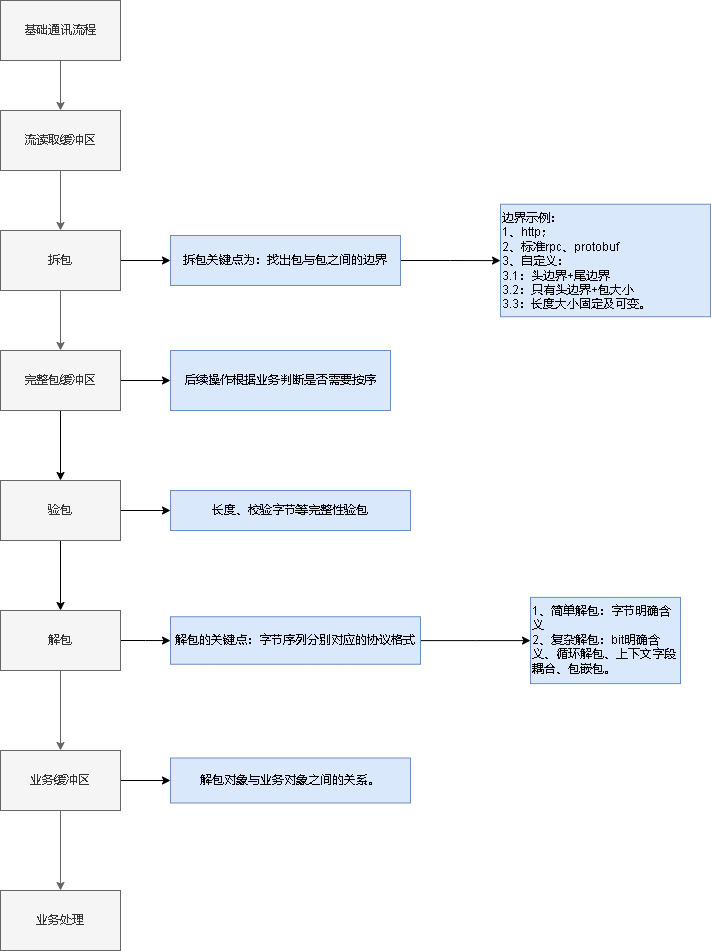
The draw.io diagram cgo8_通讯设计.drawio.png in xktder/draw, before a commit. Source tidied: cells renumbered, new cells last; positions are measured from the earlier drawing's top-left corner, leaving out a move shared by most shapes. Its diagram source:
```xml
<mxGraphModel>
  <root>
    <mxCell id="0" />
    <mxCell id="1" parent="0" />
    <mxCell id="2" style="edgeStyle=orthogonalEdgeStyle;rounded=0;jettySize=auto;html=1;fillColor=#f5f5f5;strokeColor=#666666;" parent="1" edge="1" source="3" target="5">
      <mxGeometry relative="1" as="geometry" />
    </mxCell>
    <mxCell id="3" value="基础通讯流程" style="rounded=0;whiteSpace=wrap;html=1;fillColor=#f5f5f5;fontColor=#333333;strokeColor=#666666;" parent="1" vertex="1">
      <mxGeometry width="120" height="60" as="geometry" />
    </mxCell>
    <mxCell id="4" style="edgeStyle=orthogonalEdgeStyle;rounded=0;jettySize=auto;html=1;fillColor=#f5f5f5;strokeColor=#666666;" parent="1" edge="1" source="5" target="8">
      <mxGeometry relative="1" as="geometry" />
    </mxCell>
    <mxCell id="5" value="流读取缓冲区" style="whiteSpace=wrap;html=1;rounded=0;fillColor=#f5f5f5;fontColor=#333333;strokeColor=#666666;" parent="1" vertex="1">
      <mxGeometry y="110" width="120" height="60" as="geometry" />
    </mxCell>
    <mxCell id="6" style="edgeStyle=orthogonalEdgeStyle;rounded=0;jettySize=auto;html=1;fillColor=#f5f5f5;strokeColor=#666666;" parent="1" edge="1" source="8" target="11">
      <mxGeometry relative="1" as="geometry" />
    </mxCell>
    <mxCell id="7" style="edgeStyle=orthogonalEdgeStyle;rounded=0;jettySize=auto;html=1;" parent="1" edge="1" source="8" target="16">
      <mxGeometry relative="1" as="geometry" />
    </mxCell>
    <mxCell id="8" value="拆包" style="whiteSpace=wrap;html=1;rounded=0;fillColor=#f5f5f5;fontColor=#333333;strokeColor=#666666;" parent="1" vertex="1">
      <mxGeometry y="230" width="120" height="60" as="geometry" />
    </mxCell>
    <mxCell id="9" style="edgeStyle=orthogonalEdgeStyle;rounded=0;jettySize=auto;html=1;" parent="1" edge="1" source="11" target="26">
      <mxGeometry relative="1" as="geometry" />
    </mxCell>
    <mxCell id="10" style="edgeStyle=orthogonalEdgeStyle;rounded=0;jettySize=auto;html=1;" parent="1" edge="1" source="11" target="30">
      <mxGeometry relative="1" as="geometry" />
    </mxCell>
    <mxCell id="11" value="完整包缓冲区" style="whiteSpace=wrap;html=1;rounded=0;fillColor=#f5f5f5;fontColor=#333333;strokeColor=#666666;" parent="1" vertex="1">
      <mxGeometry y="350" width="120" height="60" as="geometry" />
    </mxCell>
    <mxCell id="12" style="edgeStyle=orthogonalEdgeStyle;rounded=0;jettySize=auto;html=1;fillColor=#f5f5f5;strokeColor=#666666;" parent="1" edge="1" source="14" target="19">
      <mxGeometry relative="1" as="geometry" />
    </mxCell>
    <mxCell id="13" style="edgeStyle=orthogonalEdgeStyle;rounded=0;jettySize=auto;html=1;" parent="1" edge="1" source="14" target="22">
      <mxGeometry relative="1" as="geometry" />
    </mxCell>
    <mxCell id="14" value="解包" style="whiteSpace=wrap;html=1;rounded=0;fillColor=#f5f5f5;fontColor=#333333;strokeColor=#666666;" parent="1" vertex="1">
      <mxGeometry y="610" width="120" height="60" as="geometry" />
    </mxCell>
    <mxCell id="15" style="edgeStyle=orthogonalEdgeStyle;rounded=0;jettySize=auto;html=1;" parent="1" edge="1" source="16" target="23">
      <mxGeometry relative="1" as="geometry" />
    </mxCell>
    <mxCell id="16" value="拆包关键点为：找出包与包之间的边界&lt;br&gt;" style="whiteSpace=wrap;html=1;rounded=0;fillColor=#dae8fc;strokeColor=#6c8ebf;" parent="1" vertex="1">
      <mxGeometry x="170" y="235" width="230" height="50" as="geometry" />
    </mxCell>
    <mxCell id="17" style="edgeStyle=orthogonalEdgeStyle;rounded=0;jettySize=auto;html=1;fillColor=#f5f5f5;strokeColor=#666666;" parent="1" edge="1" source="19" target="20">
      <mxGeometry relative="1" as="geometry" />
    </mxCell>
    <mxCell id="18" style="edgeStyle=orthogonalEdgeStyle;rounded=0;jettySize=auto;html=1;exitX=1;exitY=0.5;exitDx=0;exitDy=0;entryX=0;entryY=0.5;entryDx=0;entryDy=0;" parent="1" edge="1" source="19" target="29">
      <mxGeometry relative="1" as="geometry" />
    </mxCell>
    <mxCell id="19" value="业务缓冲区" style="whiteSpace=wrap;html=1;rounded=0;fillColor=#f5f5f5;fontColor=#333333;strokeColor=#666666;" parent="1" vertex="1">
      <mxGeometry y="750" width="120" height="60" as="geometry" />
    </mxCell>
    <mxCell id="20" value="业务处理" style="whiteSpace=wrap;html=1;rounded=0;fillColor=#f5f5f5;fontColor=#333333;strokeColor=#666666;" parent="1" vertex="1">
      <mxGeometry y="890" width="120" height="60" as="geometry" />
    </mxCell>
    <mxCell id="21" style="edgeStyle=orthogonalEdgeStyle;rounded=0;jettySize=auto;html=1;" parent="1" edge="1" source="22" target="27">
      <mxGeometry relative="1" as="geometry" />
    </mxCell>
    <mxCell id="22" value="解包的关键点：字节序列分别对应的协议格式&lt;br&gt;" style="whiteSpace=wrap;html=1;rounded=0;fillColor=#dae8fc;strokeColor=#6c8ebf;" parent="1" vertex="1">
      <mxGeometry x="170" y="616.2" width="250" height="47.5" as="geometry" />
    </mxCell>
    <mxCell id="23" value="边界示例：&lt;br&gt;1、http；&lt;br&gt;2、标准rpc、protobuf&lt;br&gt;3、自定义：&lt;br&gt;3.1：头边界+尾边界&lt;br&gt;3.2：只有头边界+包大小&lt;br&gt;3.3：长度大小固定及可变。" style="whiteSpace=wrap;html=1;fillColor=#dae8fc;strokeColor=#6c8ebf;rounded=0;align=left;verticalAlign=top;" parent="1" vertex="1">
      <mxGeometry x="500" y="203.8" width="210" height="112.5" as="geometry" />
    </mxCell>
    <mxCell id="24" style="edgeStyle=orthogonalEdgeStyle;rounded=0;jettySize=auto;html=1;" parent="1" edge="1" source="26" target="14">
      <mxGeometry relative="1" as="geometry" />
    </mxCell>
    <mxCell id="25" style="edgeStyle=orthogonalEdgeStyle;rounded=0;jettySize=auto;html=1;" parent="1" edge="1" source="26" target="28">
      <mxGeometry relative="1" as="geometry" />
    </mxCell>
    <mxCell id="26" value="验包" style="whiteSpace=wrap;html=1;rounded=0;fillColor=#f5f5f5;fontColor=#333333;strokeColor=#666666;" parent="1" vertex="1">
      <mxGeometry y="480" width="120" height="60" as="geometry" />
    </mxCell>
    <mxCell id="27" value="1、简单解包：字节明确含义&lt;br&gt;2、复杂解包：bit明确含义、循环解包、上下文字段耦合、包嵌包。" style="whiteSpace=wrap;html=1;fillColor=#dae8fc;strokeColor=#6c8ebf;rounded=0;align=left;verticalAlign=top;" parent="1" vertex="1">
      <mxGeometry x="530" y="596.9" width="150" height="86.2" as="geometry" />
    </mxCell>
    <mxCell id="28" value="长度、校验字节等完整性验包" style="whiteSpace=wrap;html=1;rounded=0;fillColor=#dae8fc;strokeColor=#6c8ebf;" parent="1" vertex="1">
      <mxGeometry x="170" y="490" width="240" height="40" as="geometry" />
    </mxCell>
    <mxCell id="29" value="解包对象与业务对象之间的关系。" style="whiteSpace=wrap;html=1;rounded=0;fillColor=#dae8fc;strokeColor=#6c8ebf;" parent="1" vertex="1">
      <mxGeometry x="170" y="757.5" width="240" height="45" as="geometry" />
    </mxCell>
    <mxCell id="30" value="后续操作根据业务判断是否需要按序" style="whiteSpace=wrap;html=1;rounded=0;fillColor=#dae8fc;strokeColor=#6c8ebf;" parent="1" vertex="1">
      <mxGeometry x="170" y="350" width="220" height="60" as="geometry" />
    </mxCell>
  </root>
</mxGraphModel>
```
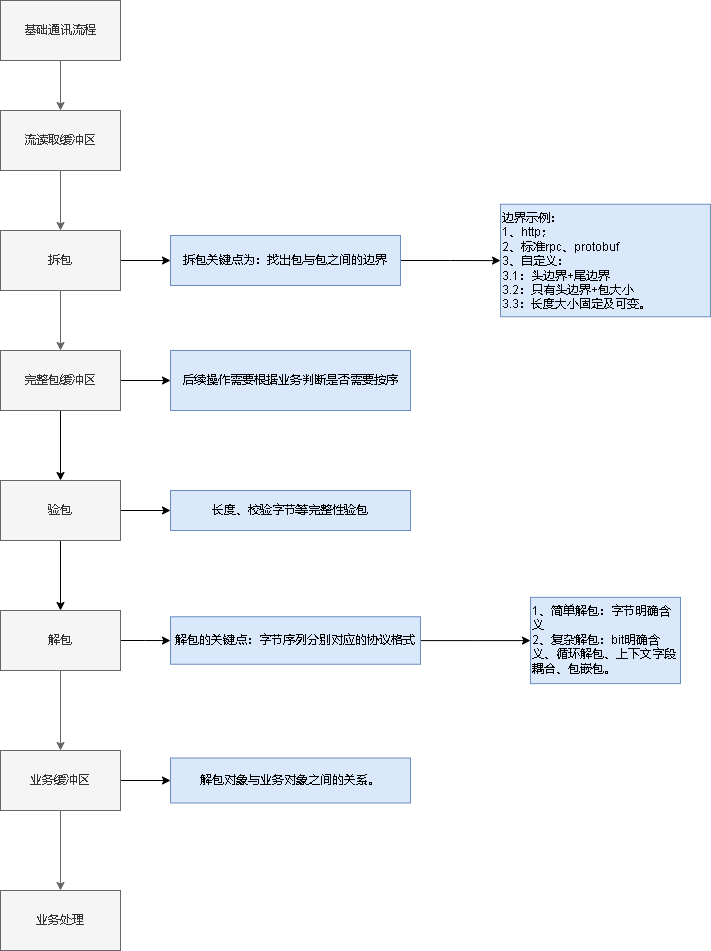
After the change.

Commit message:
更新cgo8_通讯设计.drawio.png

Change to the diagram source:
```diff
@@ -86,8 +86,8 @@
     <mxCell id="29" value="解包对象与业务对象之间的关系。" style="whiteSpace=wrap;html=1;rounded=0;fillColor=#dae8fc;strokeColor=#6c8ebf;" parent="1" vertex="1">
       <mxGeometry x="170" y="757.5" width="240" height="45" as="geometry" />
     </mxCell>
-    <mxCell id="30" value="后续操作根据业务判断是否需要按序" style="whiteSpace=wrap;html=1;rounded=0;fillColor=#dae8fc;strokeColor=#6c8ebf;" parent="1" vertex="1">
-      <mxGeometry x="170" y="350" width="220" height="60" as="geometry" />
+    <mxCell id="30" value="后续操作需要根据业务判断是否需要按序" style="whiteSpace=wrap;html=1;rounded=0;fillColor=#dae8fc;strokeColor=#6c8ebf;" parent="1" vertex="1">
+      <mxGeometry x="170" y="350" width="240" height="60" as="geometry" />
     </mxCell>
   </root>
 </mxGraphModel>
```
